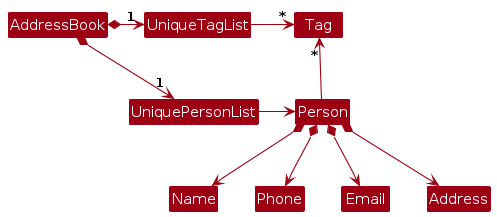
This is diagrams/BetterModelClassDiagram.png from AY2627S1-CS2103T-W12-4/tp, a PlantUML export, as it was before one commit. Its source is kept beside it as diagrams/BetterModelClassDiagram.puml.
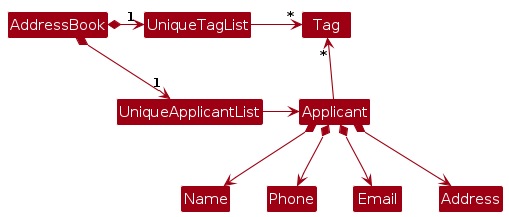
The same file after the commit.

Change to the diagram source:
```diff
@@ -4,18 +4,18 @@
 skinparam arrowColor MODEL_COLOR
 skinparam classBackgroundColor MODEL_COLOR
 
-AddressBook *-right-> "1" UniquePersonList
+AddressBook *-right-> "1" UniqueApplicantList
 AddressBook *-right-> "1" UniqueTagList
-UniqueTagList -[hidden]down- UniquePersonList
-UniqueTagList -[hidden]down- UniquePersonList
+UniqueTagList -[hidden]down- UniqueApplicantList
+UniqueTagList -[hidden]down- UniqueApplicantList
 
 UniqueTagList -right-> "*" Tag
-UniquePersonList -right-> Person
+UniqueApplicantList -right-> Applicant
 
-Person -up-> "*" Tag
+Applicant -up-> "*" Tag
 
-Person *--> Name
-Person *--> Phone
-Person *--> Email
-Person *--> Address
+Applicant *--> Name
+Applicant *--> Phone
+Applicant *--> Email
+Applicant *--> Address
 @enduml
```
